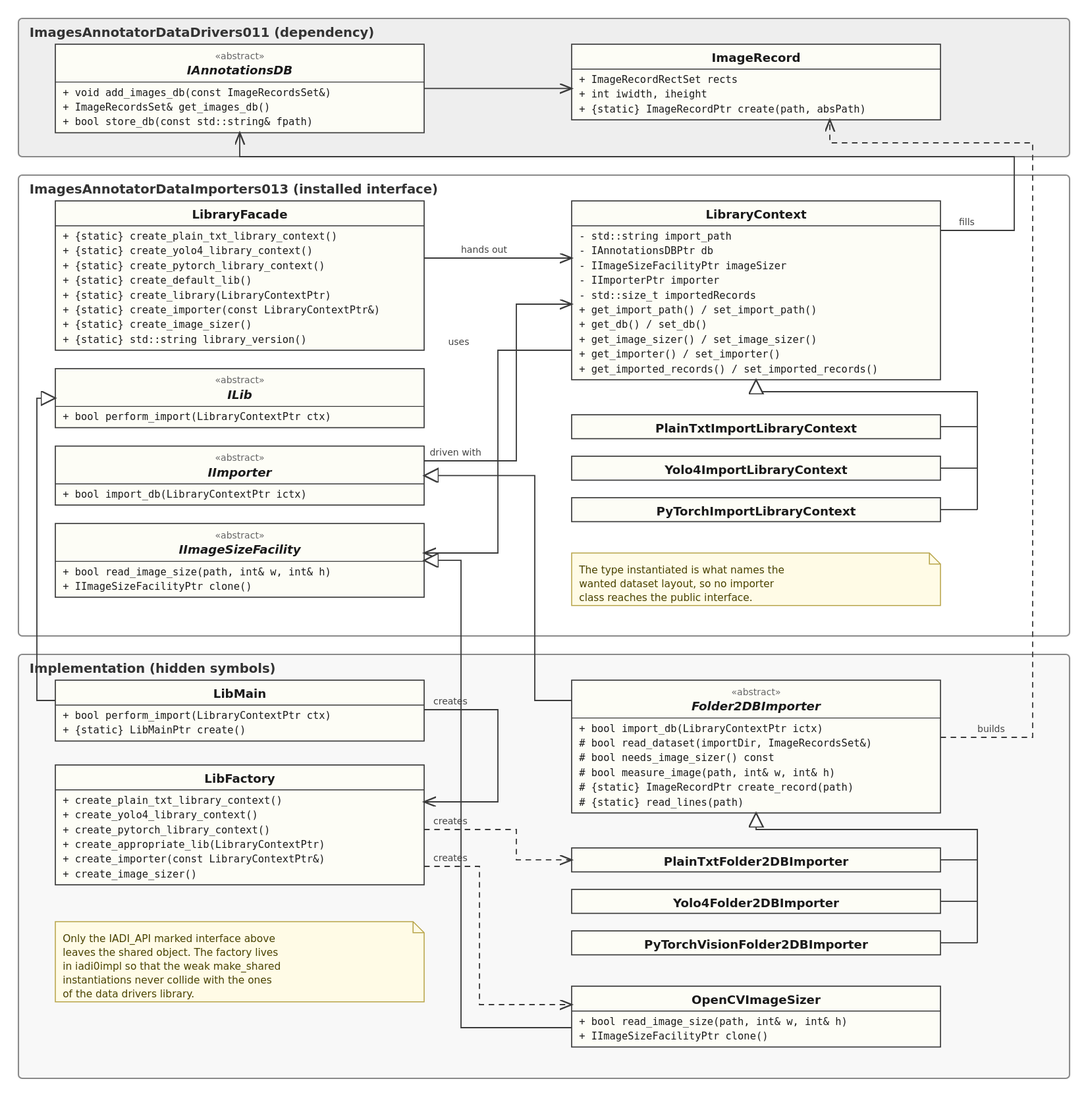
Before: doc/diagrams/images/lib-class-structure.svg, a diagram exported from PlantUML (yuriysydor1991/ImagesAnnotator-DataImporters). Its source is kept beside it as doc/diagrams/plantuml/lib-class-structure.puml.
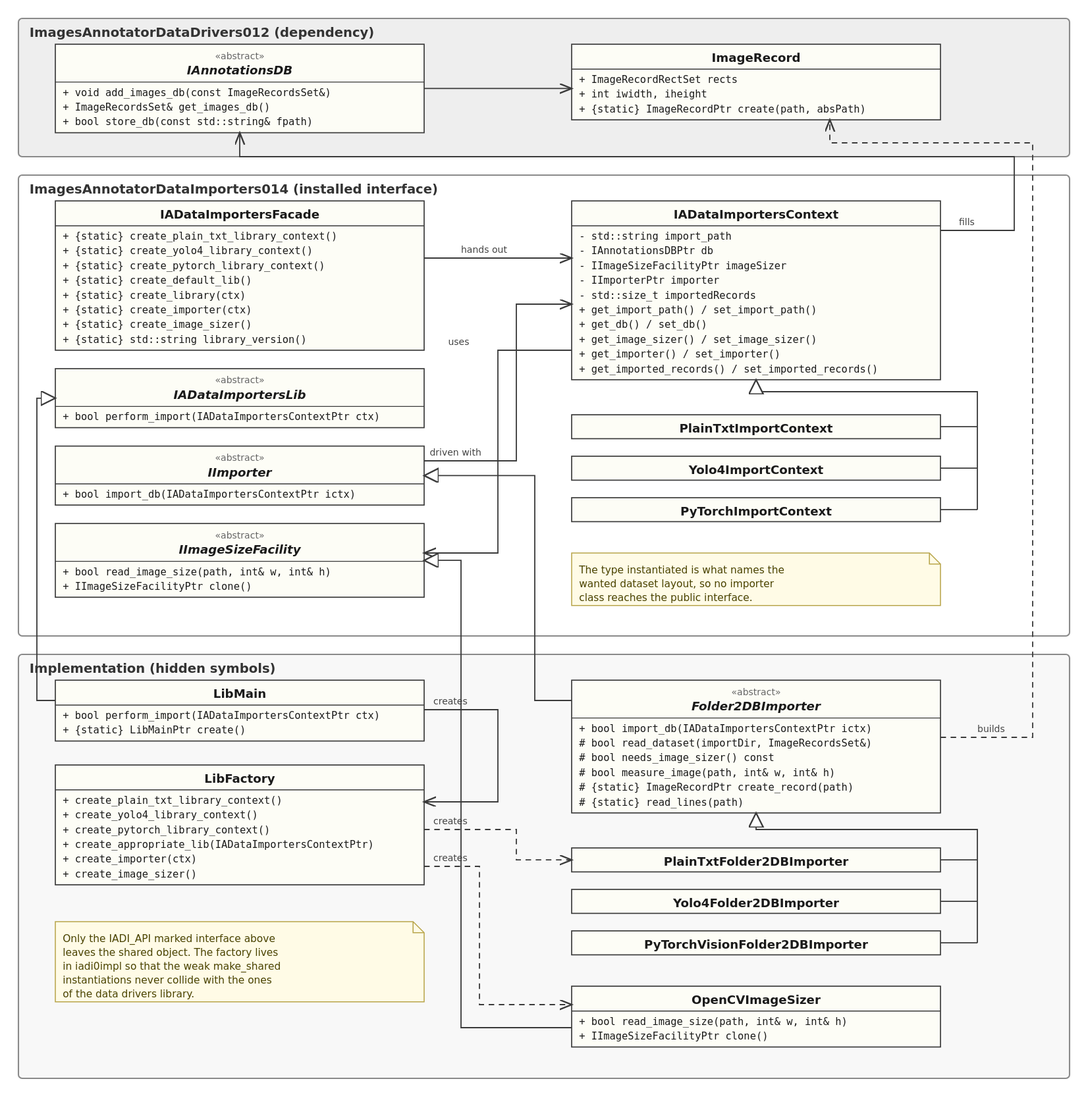
Later version of the same file.

Diff of the diagram source:
```diff
@@ -1,6 +1,6 @@
 @startuml
 
-package "ImagesAnnotatorDataDrivers011 (dependency)" #EEEEEE {
+package "ImagesAnnotatorDataDrivers012 (dependency)" #EEEEEE {
   abstract class "IAnnotationsDB" as IDB {
     +{abstract} void add_images_db(const ImageRecordsSet& andb)
     +{abstract} ImageRecordsSet& get_images_db()
@@ -15,9 +15,9 @@
   }
 }
 
-package "ImagesAnnotatorDataImporters013 (installed interface)" {
+package "ImagesAnnotatorDataImporters014 (installed interface)" {
   abstract class IImporter {
-    +{abstract} bool import_db(LibraryContextPtr ictx)
+    +{abstract} bool import_db(IADataImportersContextPtr ictx)
   }
 
   abstract class IImageSizeFacility {
@@ -25,7 +25,7 @@
     +{abstract} IImageSizeFacilityPtr clone()
   }
 
-  class LibraryContext {
+  class IADataImportersContext {
     -std::string import_path
     -IAnnotationsDBPtr db
     -IImageSizeFacilityPtr imageSizer
@@ -43,33 +43,33 @@
     +void set_imported_records(const std::size_t&)
   }
 
-  class PlainTxtImportLibraryContext
-  class Yolo4ImportLibraryContext
-  class UltralyticsDetectImportLibraryContext
-  class UltralyticsObbImportLibraryContext
-  class UltralyticsSegmentImportLibraryContext
-  class CocoImportLibraryContext
-  class PascalVocImportLibraryContext
-  class CreateMLImportLibraryContext
-  class PyTorchImportLibraryContext
+  class PlainTxtImportContext
+  class Yolo4ImportContext
+  class UltralyticsDetectImportContext
+  class UltralyticsObbImportContext
+  class UltralyticsSegmentImportContext
+  class CocoImportContext
+  class PascalVocImportContext
+  class CreateMLImportContext
+  class PyTorchImportContext
 
-  abstract class ILib {
-    +{abstract} bool perform_import(LibraryContextPtr ctx)
+  abstract class IADataImportersLib {
+    +{abstract} bool perform_import(IADataImportersContextPtr ctx)
   }
 
-  class LibraryFacade {
-    +{static} PlainTxtImportLibraryContextPtr create_plain_txt_library_context()
-    +{static} Yolo4ImportLibraryContextPtr create_yolo4_library_context()
-    +{static} UltralyticsDetectImportLibraryContextPtr create_ultralytics_detect_library_context()
-    +{static} UltralyticsObbImportLibraryContextPtr create_ultralytics_obb_library_context()
-    +{static} UltralyticsSegmentImportLibraryContextPtr create_ultralytics_segment_library_context()
-    +{static} CocoImportLibraryContextPtr create_coco_library_context()
-    +{static} PascalVocImportLibraryContextPtr create_pascal_voc_library_context()
-    +{static} CreateMLImportLibraryContextPtr create_createml_library_context()
-    +{static} PyTorchImportLibraryContextPtr create_pytorch_library_context()
-    +{static} ILibPtr create_default_lib()
-    +{static} ILibPtr create_library(LibraryContextPtr ctx)
-    +{static} IImporterPtr create_importer(const LibraryContextPtr& ctx)
+  class IADataImportersFacade {
+    +{static} PlainTxtImportContextPtr create_plain_txt_library_context()
+    +{static} Yolo4ImportContextPtr create_yolo4_library_context()
+    +{static} UltralyticsDetectImportContextPtr create_ultralytics_detect_library_context()
+    +{static} UltralyticsObbImportContextPtr create_ultralytics_obb_library_context()
+    +{static} UltralyticsSegmentImportContextPtr create_ultralytics_segment_library_context()
+    +{static} CocoImportContextPtr create_coco_library_context()
+    +{static} PascalVocImportContextPtr create_pascal_voc_library_context()
+    +{static} CreateMLImportContextPtr create_createml_library_context()
+    +{static} PyTorchImportContextPtr create_pytorch_library_context()
+    +{static} IADataImportersLibPtr create_default_lib()
+    +{static} IADataImportersLibPtr create_library(IADataImportersContextPtr ctx)
+    +{static} IImporterPtr create_importer(const IADataImportersContextPtr& ctx)
     +{static} IImageSizeFacilityPtr create_image_sizer()
     +{static} std::string library_version()
   }
@@ -77,29 +77,29 @@
 
 package "Implementation (hidden symbols)" #F8F8F8 {
   class LibMain {
-    +bool perform_import(LibraryContextPtr ctx)
+    +bool perform_import(IADataImportersContextPtr ctx)
     +{static} LibMainPtr create()
   }
 
   class LibFactory {
-    +ILibPtr create_default_lib()
-    +PlainTxtImportLibraryContextPtr create_plain_txt_library_context()
-    +Yolo4ImportLibraryContextPtr create_yolo4_library_context()
-    +UltralyticsDetectImportLibraryContextPtr create_ultralytics_detect_library_context()
-    +UltralyticsObbImportLibraryContextPtr create_ultralytics_obb_library_context()
-    +UltralyticsSegmentImportLibraryContextPtr create_ultralytics_segment_library_context()
-    +CocoImportLibraryContextPtr create_coco_library_context()
-    +PascalVocImportLibraryContextPtr create_pascal_voc_library_context()
-    +CreateMLImportLibraryContextPtr create_createml_library_context()
-    +PyTorchImportLibraryContextPtr create_pytorch_library_context()
-    +ILibPtr create_appropriate_lib(LibraryContextPtr ctx)
-    +IImporterPtr create_importer(const LibraryContextPtr& ctx)
+    +IADataImportersLibPtr create_default_lib()
+    +PlainTxtImportContextPtr create_plain_txt_library_context()
+    +Yolo4ImportContextPtr create_yolo4_library_context()
+    +UltralyticsDetectImportContextPtr create_ultralytics_detect_library_context()
+    +UltralyticsObbImportContextPtr create_ultralytics_obb_library_context()
+    +UltralyticsSegmentImportContextPtr create_ultralytics_segment_library_context()
+    +CocoImportContextPtr create_coco_library_context()
+    +PascalVocImportContextPtr create_pascal_voc_library_context()
+    +CreateMLImportContextPtr create_createml_library_context()
+    +PyTorchImportContextPtr create_pytorch_library_context()
+    +IADataImportersLibPtr create_appropriate_lib(IADataImportersContextPtr ctx)
+    +IImporterPtr create_importer(const IADataImportersContextPtr& ctx)
     +IImageSizeFacilityPtr create_image_sizer()
     +{static} LibFactoryPtr create_factory()
   }
 
   abstract class Folder2DBImporter {
-    +bool import_db(LibraryContextPtr ictx)
+    +bool import_db(IADataImportersContextPtr ictx)
     #{abstract} bool read_dataset(const std::filesystem::path& importDir, ImageRecordsSet& records)
     #virtual bool needs_image_sizer() const
     #bool measure_image(const std::filesystem::path& imagePath, int& width, int& height)
@@ -189,7 +189,7 @@
   of its own.
 end note
 
-note bottom of LibraryFacade
+note bottom of IADataImportersFacade
   The only entry point a consuming
   project needs. Everything else stays
   behind these abstract interfaces.
@@ -229,7 +229,7 @@
   always wins over it.
 end note
 
-ILib <|-- LibMain
+IADataImportersLib <|-- LibMain
 IImporter <|-- Folder2DBImporter
 IImageSizeFacility <|-- OpenCVImageSizer
 
@@ -252,7 +252,7 @@
 JsonParser ..> JsonValue : builds
 XmlParser ..> XmlNode : builds
 
-LibraryFacade --> LibFactory : creates
+IADataImportersFacade --> LibFactory : creates
 LibMain --> LibFactory : creates
 LibFactory ..> LibMain : creates
 LibFactory ..> PlainTxtFolder2DBImporter : creates
@@ -266,21 +266,21 @@
 LibFactory ..> PyTorchVisionFolder2DBImporter : creates
 LibFactory ..> OpenCVImageSizer : creates
 
-LibraryContext <|-- PlainTxtImportLibraryContext
-LibraryContext <|-- Yolo4ImportLibraryContext
-LibraryContext <|-- UltralyticsDetectImportLibraryContext
-LibraryContext <|-- UltralyticsObbImportLibraryContext
-LibraryContext <|-- UltralyticsSegmentImportLibraryContext
-LibraryContext <|-- CocoImportLibraryContext
-LibraryContext <|-- PascalVocImportLibraryContext
-LibraryContext <|-- CreateMLImportLibraryContext
-LibraryContext <|-- PyTorchImportLibraryContext
+IADataImportersContext <|-- PlainTxtImportContext
+IADataImportersContext <|-- Yolo4ImportContext
+IADataImportersContext <|-- UltralyticsDetectImportContext
+IADataImportersContext <|-- UltralyticsObbImportContext
+IADataImportersContext <|-- UltralyticsSegmentImportContext
+IADataImportersContext <|-- CocoImportContext
+IADataImportersContext <|-- PascalVocImportContext
+IADataImportersContext <|-- CreateMLImportContext
+IADataImportersContext <|-- PyTorchImportContext
 
-LibFactory ..> LibraryContext : creates and casts to pick the layout
+LibFactory ..> IADataImportersContext : creates and casts to pick the layout
 
-LibraryContext --> IDB : fills
-LibraryContext --> IImageSizeFacility : uses
-IImporter --> LibraryContext : driven with
+IADataImportersContext --> IDB : fills
+IADataImportersContext --> IImageSizeFacility : uses
+IImporter --> IADataImportersContext : driven with
 
 UltralyticsFolder2DBImporter ..> UltralyticsDataYaml : reads the descriptor with
 JsonDescriptor2DBImporter ..> IJsonParser : reads the descriptor with
```
